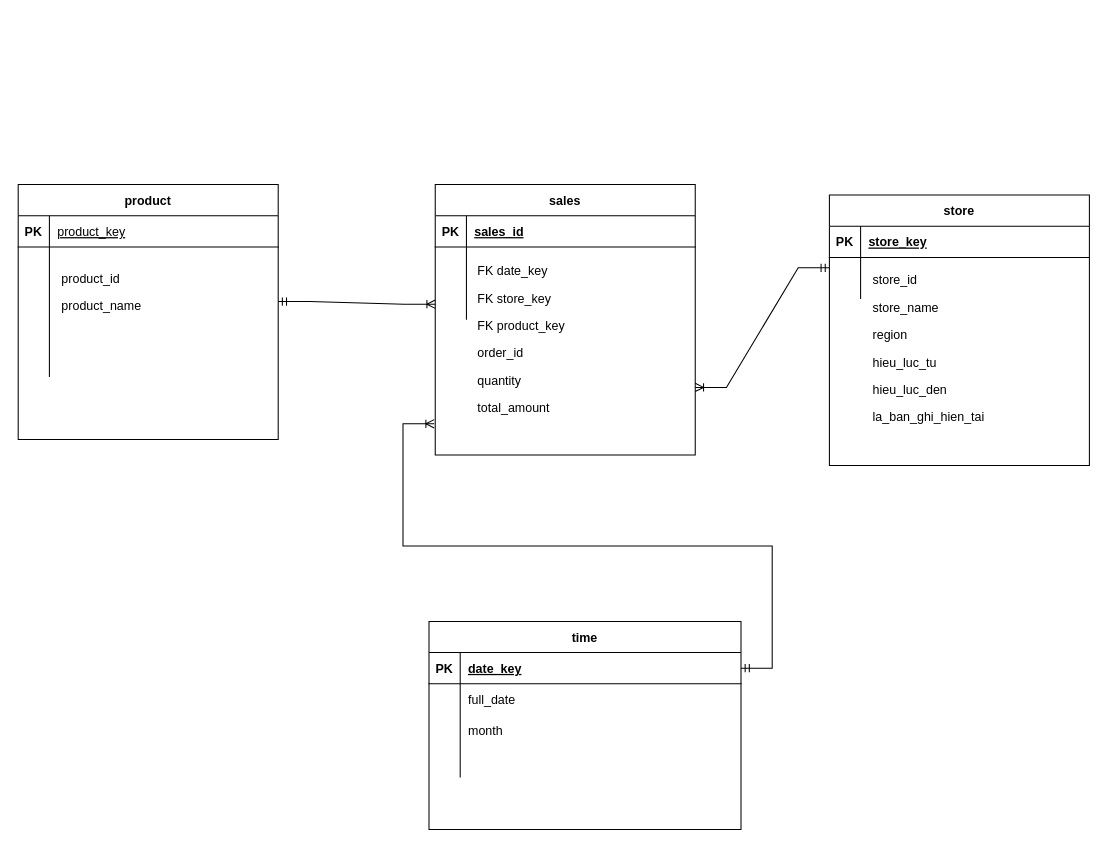
Earlier version of the draw.io diagram docs/erd.drawio (Robert17-02-05/cdtn1-huynhminhtri-l6). Source tidied: cells renumbered, new cells numbered last; positions are measured from the earlier drawing's top-left corner, leaving out a move shared by most shapes. Both pictures are drawn from the tidied source at 104%, with x=0, y=0 at pixel (18, 174).
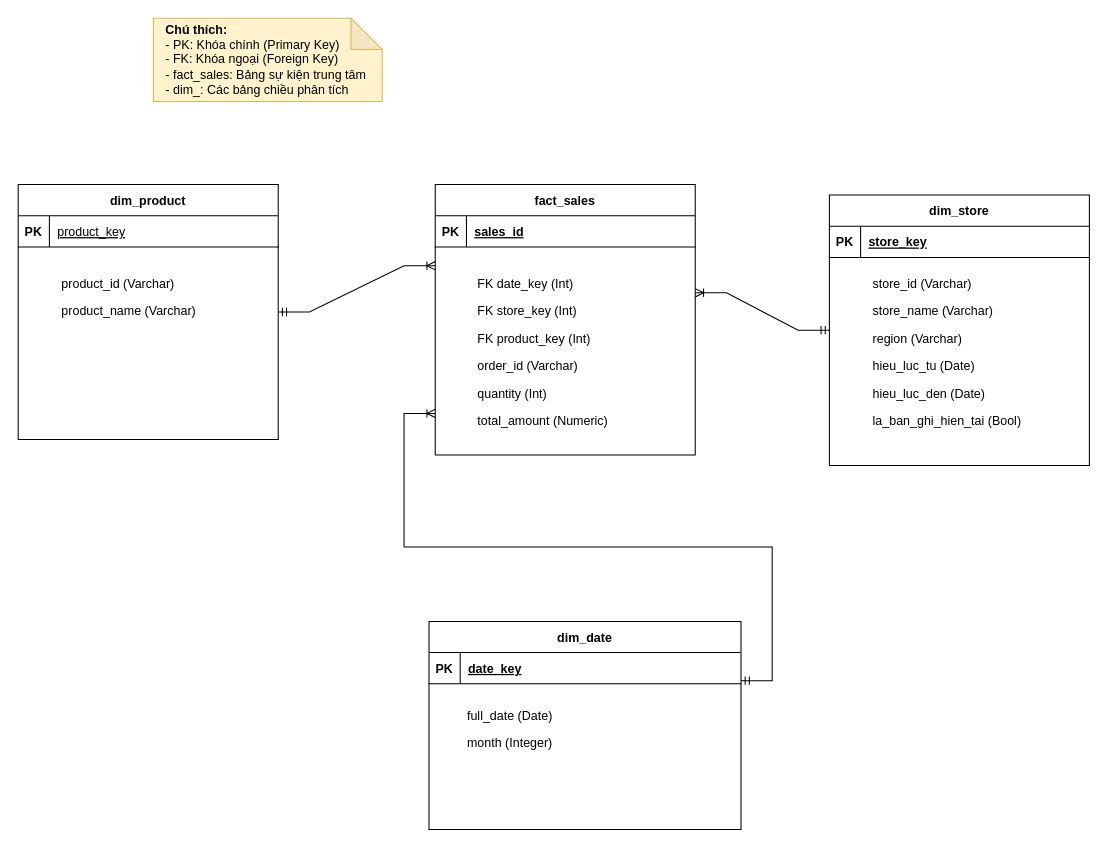
After the change.

The change refers to these unchanged cells:
```xml
<mxCell id="29" style="shape=partialRectangle;fillColor=none;points=[[0,0.5],[1,0.5]];portConstraint=eastwest;top=0;left=0;right=0;bottom=1;" parent="28" vertex="1">
  <mxGeometry y="30" width="300" height="30" as="geometry" />
</mxCell>
```

Change to the diagram source:
```diff
@@
+    <mxCell id="54" value="&lt;b&gt;Chú thích:&lt;/b&gt;&lt;br&gt;- PK: Khóa chính (Primary Key)&lt;br&gt;- FK: Khóa ngoại (Foreign Key)&lt;br&gt;- fact_sales: Bảng sự kiện trung tâm&lt;br&gt;- dim_: Các bảng chiều phân tích" style="shape=note;whiteSpace=wrap;html=1;backgroundOutline=1;darkOpacity=0.05;fillColor=#fff2cc;strokeColor=#d6b656;align=left;spacingLeft=10;" parent="1" vertex="1">
+      <mxGeometry x="130" y="-150" width="220" height="80" as="geometry" />
+    </mxCell>
-    <mxCell id="2" value="sales" style="shape=table;startSize=30;childLayout=tableLayout;rowLines=0;fontStyle=1;align=center;" parent="1" vertex="1">
+    <mxCell id="2" value="fact_sales" style="shape=table;startSize=30;childLayout=tableLayout;rowLines=0;fontStyle=1;align=center;" parent="1" vertex="1">
       <mxGeometry x="401" y="10" width="250" height="260" as="geometry" />
     </mxCell>
@@
-    <mxCell id="6" style="shape=partialRectangle;fillColor=none;top=0;left=0;right=0;bottom=0;" parent="2" vertex="1">
-      <mxGeometry y="60" width="250" height="20" as="geometry" />
-    </mxCell>
-    <mxCell id="7" style="shape=partialRectangle;overflow=hidden;fillColor=none;top=0;left=0;bottom=0;right=0;" parent="6" vertex="1">
-      <mxGeometry width="30" height="20" as="geometry" />
-    </mxCell>
-    <mxCell id="8" style="shape=partialRectangle;overflow=hidden;fillColor=none;top=0;left=0;bottom=0;right=0;align=left;spacingLeft=6;" parent="6" vertex="1">
-      <mxGeometry x="30" width="220" height="20" as="geometry" />
-    </mxCell>
-    <mxCell id="9" style="shape=partialRectangle;fillColor=none;top=0;left=0;right=0;bottom=0;" parent="2" vertex="1">
-      <mxGeometry y="80" width="250" height="20" as="geometry" />
-    </mxCell>
-    <mxCell id="10" style="shape=partialRectangle;overflow=hidden;fillColor=none;top=0;left=0;bottom=0;right=0;" parent="9" vertex="1">
-      <mxGeometry width="30" height="20" as="geometry" />
-    </mxCell>
-    <mxCell id="11" style="shape=partialRectangle;overflow=hidden;fillColor=none;top=0;left=0;bottom=0;right=0;align=left;spacingLeft=6;" parent="9" vertex="1">
-      <mxGeometry x="30" width="220" height="20" as="geometry" />
-    </mxCell>
-    <mxCell id="12" style="shape=partialRectangle;fillColor=none;points=[[0,0.5],[1,0.5]];portConstraint=eastwest;top=0;left=0;right=0;bottom=0;" parent="2" vertex="1">
-      <mxGeometry y="100" width="250" height="30" as="geometry" />
-    </mxCell>
-    <mxCell id="13" style="shape=partialRectangle;overflow=hidden;fillColor=none;top=0;left=0;bottom=0;right=0;" parent="12" vertex="1">
-      <mxGeometry width="30" height="30" as="geometry" />
-    </mxCell>
-    <mxCell id="14" style="shape=partialRectangle;overflow=hidden;fillColor=none;top=0;left=0;bottom=0;right=0;align=left;spacingLeft=6;" parent="12" vertex="1">
-      <mxGeometry x="30" width="220" height="30" as="geometry" />
-    </mxCell>
+    <mxCell id="55" style="shape=partialRectangle;fillColor=none;top=0;left=0;right=0;bottom=0;" parent="2" vertex="1">
+      <mxGeometry y="60" width="250" height="200" as="geometry" />
+    </mxCell>
-    <mxCell id="15" value="&lt;p class=&quot;MsoNormal&quot;&gt;&amp;nbsp;&lt;/p&gt;&lt;br&gt;&lt;br&gt;&lt;p class=&quot;MsoNormal&quot;&gt;FK date_key&lt;/p&gt;&lt;p class=&quot;MsoNormal&quot;&gt;FK store_key&lt;/p&gt;&lt;p class=&quot;MsoNormal&quot;&gt;&lt;span style=&quot;background-color: transparent; color: light-dark(rgb(0, 0, 0), rgb(255, 255, 255));&quot;&gt;FK product_key&lt;/span&gt;&lt;/p&gt;&lt;p class=&quot;MsoNormal&quot;&gt;&lt;span style=&quot;background-color: transparent; color: light-dark(rgb(0, 0, 0), rgb(255, 255, 255));&quot;&gt;order_id&lt;/span&gt;&lt;/p&gt;&lt;p class=&quot;MsoNormal&quot;&gt;&lt;span style=&quot;background-color: transparent; color: light-dark(rgb(0, 0, 0), rgb(255, 255, 255));&quot;&gt;quantity&lt;/span&gt;&lt;/p&gt;&lt;p class=&quot;MsoNormal&quot;&gt;&lt;span style=&quot;background-color: transparent; color: light-dark(rgb(0, 0, 0), rgb(255, 255, 255));&quot;&gt;total_amount&amp;nbsp;&lt;/span&gt;&lt;/p&gt;" style="text;whiteSpace=wrap;html=1;" parent="1" vertex="1">
-      <mxGeometry x="440" width="430" height="190" as="geometry" />
+    <mxCell id="15" value="&lt;p class=&quot;MsoNormal&quot;&gt;FK date_key (Int)&lt;/p&gt;&lt;p class=&quot;MsoNormal&quot;&gt;FK store_key (Int)&lt;/p&gt;&lt;p class=&quot;MsoNormal&quot;&gt;FK product_key (Int)&lt;/p&gt;&lt;p class=&quot;MsoNormal&quot;&gt;order_id (Varchar)&lt;/p&gt;&lt;p class=&quot;MsoNormal&quot;&gt;quantity (Int)&lt;/p&gt;&lt;p class=&quot;MsoNormal&quot;&gt;total_amount (Numeric)&lt;/p&gt;" style="text;whiteSpace=wrap;html=1;" parent="1" vertex="1">
+      <mxGeometry x="440" y="80" width="430" height="190" as="geometry" />
     </mxCell>
-    <mxCell id="16" value="store         " style="shape=table;startSize=30;childLayout=tableLayout;rowLines=0;fontStyle=1;align=center;" parent="1" vertex="1">
+    <mxCell id="16" value="dim_store" style="shape=table;startSize=30;childLayout=tableLayout;rowLines=0;fontStyle=1;align=center;" parent="1" vertex="1">
       <mxGeometry x="780" y="20" width="250" height="260" as="geometry" />
     </mxCell>
@@
-    <mxCell id="20" style="shape=partialRectangle;fillColor=none;points=[[0,0.5],[1,0.5]];portConstraint=eastwest;top=0;left=0;right=0;bottom=0;" parent="16" vertex="1">
-      <mxGeometry y="60" width="250" height="20" as="geometry" />
-    </mxCell>
-    <mxCell id="21" style="shape=partialRectangle;overflow=hidden;fillColor=none;top=0;left=0;bottom=0;right=0;" parent="20" vertex="1">
-      <mxGeometry width="30" height="20" as="geometry" />
-    </mxCell>
-    <mxCell id="22" style="shape=partialRectangle;overflow=hidden;fillColor=none;top=0;left=0;bottom=0;right=0;align=left;spacingLeft=6;" parent="20" vertex="1">
-      <mxGeometry x="30" width="220" height="20" as="geometry" />
-    </mxCell>
-    <mxCell id="23" style="shape=partialRectangle;fillColor=none;top=0;left=0;right=0;bottom=0;" parent="16" vertex="1">
-      <mxGeometry y="80" width="250" height="20" as="geometry" />
-    </mxCell>
-    <mxCell id="24" style="shape=partialRectangle;overflow=hidden;fillColor=none;top=0;left=0;bottom=0;right=0;" parent="23" vertex="1">
-      <mxGeometry width="30" height="20" as="geometry" />
-    </mxCell>
-    <mxCell id="25" style="shape=partialRectangle;overflow=hidden;fillColor=none;top=0;left=0;bottom=0;right=0;align=left;spacingLeft=6;" parent="23" vertex="1">
-      <mxGeometry x="30" width="220" height="20" as="geometry" />
-    </mxCell>
-    <mxCell id="26" value="&lt;p class=&quot;MsoNormal&quot;&gt;product_id&lt;/p&gt;&lt;p class=&quot;MsoNormal&quot;&gt;&lt;span style=&quot;background-color: transparent; color: light-dark(rgb(0, 0, 0), rgb(255, 255, 255));&quot;&gt;product_name&amp;nbsp;&lt;/span&gt;&lt;/p&gt;" style="text;whiteSpace=wrap;html=1;" parent="1" vertex="1">
-      <mxGeometry x="40" y="75" width="200" height="40" as="geometry" />
-    </mxCell>
+    <mxCell id="56" style="shape=partialRectangle;fillColor=none;top=0;left=0;right=0;bottom=0;" parent="16" vertex="1">
+      <mxGeometry y="60" width="250" height="200" as="geometry" />
+    </mxCell>
-    <mxCell id="27" value="&lt;p class=&quot;MsoNormal&quot;&gt;&lt;br&gt;&lt;/p&gt;&lt;p class=&quot;MsoNormal&quot;&gt;store_id &lt;/p&gt;&lt;p class=&quot;MsoNormal&quot;&gt;store_name &lt;/p&gt;&lt;p class=&quot;MsoNormal&quot;&gt;region &lt;/p&gt;&lt;p class=&quot;MsoNormal&quot;&gt;hieu_luc_tu&lt;/p&gt;&lt;p class=&quot;MsoNormal&quot;&gt;&lt;span style=&quot;background-color: transparent; color: light-dark(rgb(0, 0, 0), rgb(255, 255, 255));&quot;&gt;hieu_luc_den&lt;/span&gt;&lt;/p&gt;&lt;p class=&quot;MsoNormal&quot;&gt;&lt;span style=&quot;background-color: transparent; color: light-dark(rgb(0, 0, 0), rgb(255, 255, 255));&quot;&gt;la_ban_ghi_hien_tai&amp;nbsp;&lt;/span&gt;&lt;/p&gt;" style="text;whiteSpace=wrap;html=1;" parent="1" vertex="1">
-      <mxGeometry x="820" y="50" width="210" height="40" as="geometry" />
+    <mxCell id="27" value="&lt;p class=&quot;MsoNormal&quot;&gt;store_id (Varchar)&lt;/p&gt;&lt;p class=&quot;MsoNormal&quot;&gt;store_name (Varchar)&lt;/p&gt;&lt;p class=&quot;MsoNormal&quot;&gt;region (Varchar)&lt;/p&gt;&lt;p class=&quot;MsoNormal&quot;&gt;hieu_luc_tu (Date)&lt;/p&gt;&lt;p class=&quot;MsoNormal&quot;&gt;hieu_luc_den (Date)&lt;/p&gt;&lt;p class=&quot;MsoNormal&quot;&gt;la_ban_ghi_hien_tai (Bool)&lt;/p&gt;" style="text;whiteSpace=wrap;html=1;" parent="1" vertex="1">
+      <mxGeometry x="820" y="80" width="210" height="150" as="geometry" />
     </mxCell>
-    <mxCell id="28" value="time" style="shape=table;startSize=30;childLayout=tableLayout;rowLines=0;fontStyle=1;align=center;" parent="1" vertex="1">
+    <mxCell id="28" value="dim_date" style="shape=table;startSize=30;childLayout=tableLayout;rowLines=0;fontStyle=1;align=center;" parent="1" vertex="1">
       <mxGeometry x="395" y="430" width="300" height="200" as="geometry" />
     </mxCell>
@@
-    <mxCell id="32" style="shape=partialRectangle;fillColor=none;top=0;left=0;right=0;bottom=0;" parent="28" vertex="1">
-      <mxGeometry y="60" width="300" height="30" as="geometry" />
-    </mxCell>
-    <mxCell id="33" style="shape=partialRectangle;overflow=hidden;fillColor=none;top=0;left=0;bottom=0;right=0;" parent="32" vertex="1">
-      <mxGeometry width="30" height="30" as="geometry" />
-    </mxCell>
-    <mxCell id="34" value="full_date " style="shape=partialRectangle;overflow=hidden;fillColor=none;top=0;left=0;bottom=0;right=0;align=left;spacingLeft=6;" parent="32" vertex="1">
-      <mxGeometry x="30" width="270" height="30" as="geometry" />
-    </mxCell>
-    <mxCell id="35" style="shape=partialRectangle;fillColor=none;top=0;left=0;right=0;bottom=0;" parent="28" vertex="1">
-      <mxGeometry y="90" width="300" height="30" as="geometry" />
-    </mxCell>
-    <mxCell id="36" style="shape=partialRectangle;overflow=hidden;fillColor=none;top=0;left=0;bottom=0;right=0;" parent="35" vertex="1">
-      <mxGeometry width="30" height="30" as="geometry" />
-    </mxCell>
-    <mxCell id="37" value="month " style="shape=partialRectangle;overflow=hidden;fillColor=none;top=0;left=0;bottom=0;right=0;align=left;spacingLeft=6;" parent="35" vertex="1">
-      <mxGeometry x="30" width="270" height="30" as="geometry" />
-    </mxCell>
-    <mxCell id="38" style="shape=partialRectangle;fillColor=none;top=0;left=0;right=0;bottom=0;" parent="28" vertex="1">
-      <mxGeometry y="120" width="300" height="30" as="geometry" />
-    </mxCell>
-    <mxCell id="39" style="shape=partialRectangle;overflow=hidden;fillColor=none;top=0;left=0;bottom=0;right=0;" parent="38" vertex="1">
-      <mxGeometry width="30" height="30" as="geometry" />
-    </mxCell>
-    <mxCell id="40" style="shape=partialRectangle;overflow=hidden;fillColor=none;top=0;left=0;bottom=0;right=0;align=left;spacingLeft=6;" parent="38" vertex="1">
-      <mxGeometry x="30" width="270" height="30" as="geometry" />
-    </mxCell>
-    <mxCell id="41" style="edgeStyle=entityRelationEdgeStyle;fontSize=12;html=1;endArrow=ERoneToMany;startArrow=ERmandOne;rounded=0;exitX=1;exitY=0.5;exitDx=0;exitDy=0;entryX=0;entryY=0.5;entryDx=0;entryDy=0;endFill=0;" parent="1" edge="1" source="46" target="12">
-      <mxGeometry relative="1" as="geometry" />
-    </mxCell>
+    <mxCell id="57" style="shape=partialRectangle;fillColor=none;top=0;left=0;right=0;bottom=0;" parent="28" vertex="1">
+      <mxGeometry y="60" width="300" height="140" as="geometry" />
+    </mxCell>
+    <mxCell id="58" value="&lt;p class=&quot;MsoNormal&quot;&gt;full_date (Date)&lt;/p&gt;&lt;p class=&quot;MsoNormal&quot;&gt;month (Integer)&lt;/p&gt;" style="text;whiteSpace=wrap;html=1;" parent="1" vertex="1">
+      <mxGeometry x="430" y="495" width="270" height="100" as="geometry" />
+    </mxCell>
-    <mxCell id="42" value="product  " style="shape=table;startSize=30;childLayout=tableLayout;rowLines=0;fontStyle=1;align=center;" parent="1" vertex="1">
+    <mxCell id="42" value="dim_product" style="shape=table;startSize=30;childLayout=tableLayout;rowLines=0;fontStyle=1;align=center;" parent="1" vertex="1">
       <mxGeometry y="10" width="250" height="245" as="geometry" />
     </mxCell>
@@
-    <mxCell id="46" style="shape=partialRectangle;fillColor=none;points=[[0,0.5],[1,0.5]];portConstraint=eastwest;top=0;left=0;right=0;bottom=0;" parent="42" vertex="1">
-      <mxGeometry y="60" width="250" height="105" as="geometry" />
-    </mxCell>
-    <mxCell id="47" style="shape=partialRectangle;overflow=hidden;fillColor=none;top=0;left=0;bottom=0;right=0;" parent="46" vertex="1">
-      <mxGeometry width="30" height="105" as="geometry" />
-    </mxCell>
-    <mxCell id="48" style="shape=partialRectangle;overflow=hidden;fillColor=none;top=0;left=0;bottom=0;right=0;align=left;spacingLeft=6;" parent="46" vertex="1">
-      <mxGeometry x="30" width="220" height="105" as="geometry" />
-    </mxCell>
-    <mxCell id="49" style="shape=partialRectangle;fillColor=none;top=0;left=0;right=0;bottom=0;" parent="42" vertex="1">
-      <mxGeometry y="165" width="250" height="20" as="geometry" />
-    </mxCell>
-    <mxCell id="50" style="shape=partialRectangle;overflow=hidden;fillColor=none;top=0;left=0;bottom=0;right=0;" parent="49" vertex="1">
-      <mxGeometry width="30" height="20" as="geometry" />
-    </mxCell>
-    <mxCell id="51" style="shape=partialRectangle;overflow=hidden;fillColor=none;top=0;left=0;bottom=0;right=0;align=left;spacingLeft=6;" parent="49" vertex="1">
-      <mxGeometry x="30" width="220" height="20" as="geometry" />
-    </mxCell>
+    <mxCell id="59" style="shape=partialRectangle;fillColor=none;top=0;left=0;right=0;bottom=0;" parent="42" vertex="1">
+      <mxGeometry y="60" width="250" height="185" as="geometry" />
+    </mxCell>
+    <mxCell id="26" value="&lt;p class=&quot;MsoNormal&quot;&gt;product_id (Varchar)&lt;/p&gt;&lt;p class=&quot;MsoNormal&quot;&gt;product_name (Varchar)&lt;/p&gt;" style="text;whiteSpace=wrap;html=1;" parent="1" vertex="1">
+      <mxGeometry x="40" y="80" width="200" height="80" as="geometry" />
+    </mxCell>
-    <mxCell id="52" style="edgeStyle=entityRelationEdgeStyle;fontSize=12;html=1;endArrow=ERoneToMany;startArrow=ERmandOne;rounded=0;exitX=1;exitY=0.5;exitDx=0;exitDy=0;endFill=0;" parent="1" edge="1" source="29">
+    <mxCell id="52" style="edgeStyle=entityRelationEdgeStyle;fontSize=12;html=1;endArrow=ERoneToMany;startArrow=ERmandOne;rounded=0;exitX=1;exitY=0.5;exitDx=0;exitDy=0;entryX=0;entryY=0.8;entryDx=0;entryDy=0;endFill=0;" parent="1" edge="1">
       <mxGeometry relative="1" as="geometry">
-        <mxPoint x="400" y="240" as="targetPoint" />
+        <mxPoint x="695" y="487" as="sourcePoint" />
+        <mxPoint x="401" y="230" as="targetPoint" />
       </mxGeometry>
     </mxCell>
-    <mxCell id="53" style="edgeStyle=entityRelationEdgeStyle;fontSize=12;html=1;endArrow=ERmandOne;startArrow=ERoneToMany;rounded=0;exitX=1;exitY=0.75;exitDx=0;exitDy=0;entryX=0;entryY=0.5;entryDx=0;entryDy=0;startFill=0;endFill=0;" parent="1" edge="1" source="2" target="20">
+    <mxCell id="53" style="edgeStyle=entityRelationEdgeStyle;fontSize=12;html=1;endArrow=ERmandOne;startArrow=ERoneToMany;rounded=0;exitX=1;exitY=0.4;exitDx=0;exitDy=0;entryX=0;entryY=0.5;entryDx=0;entryDy=0;startFill=0;endFill=0;" parent="1" edge="1" source="2" target="16">
       <mxGeometry relative="1" as="geometry" />
     </mxCell>
+    <mxCell id="41" style="edgeStyle=entityRelationEdgeStyle;fontSize=12;html=1;endArrow=ERoneToMany;startArrow=ERmandOne;rounded=0;exitX=1;exitY=0.5;exitDx=0;exitDy=0;entryX=0;entryY=0.3;entryDx=0;entryDy=0;endFill=0;" parent="1" edge="1" source="42" target="2">
+      <mxGeometry relative="1" as="geometry" />
+    </mxCell>
```
